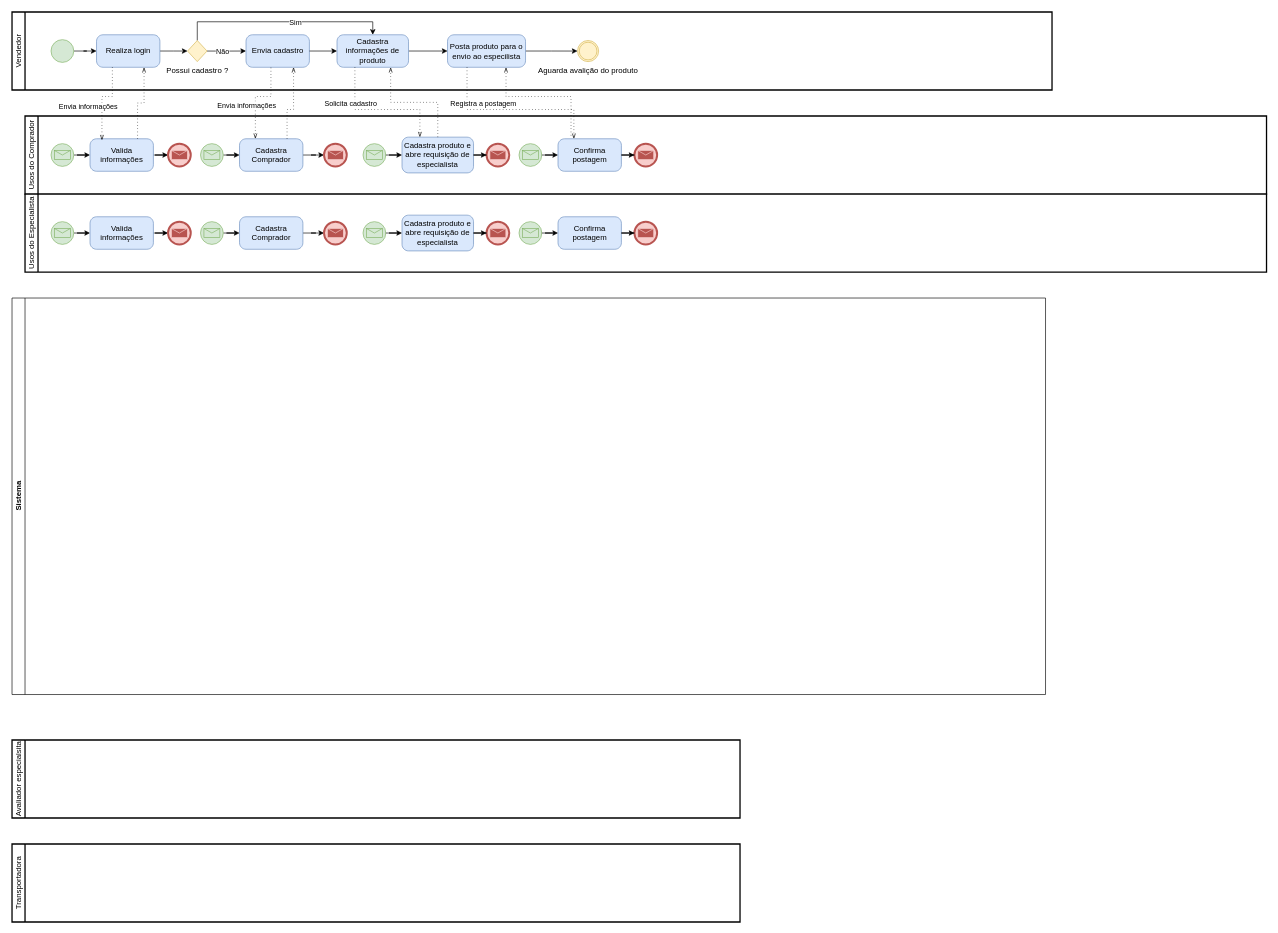
The draw.io diagram page "Modelo To Be Processo Cadastro Produto" (3 of 3) of DPN/ModelagemProcessoNegocio.drawio in luca-moraes/projetoCorintoModelagem, before the edit. Source tidied: cells renumbered, new cells numbered last; positions are measured from the earlier drawing's top-left corner, leaving out a move shared by most shapes. Both pictures are drawn from the tidied source at 65%, with x=0, y=0 at pixel (12, 12).
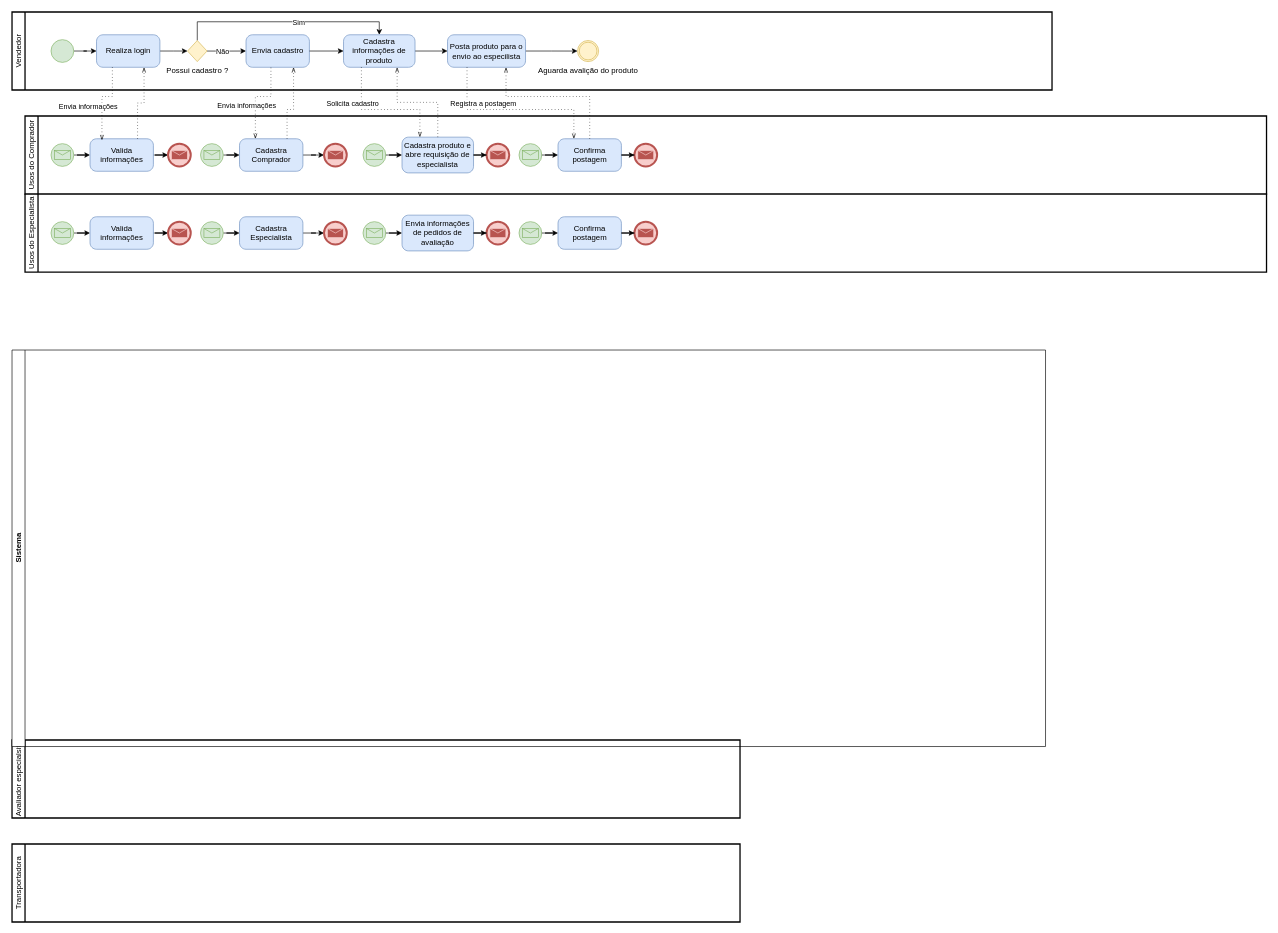
The same diagram, later.

Unchanged cells that the change refers to:
```xml
<mxCell id="19" value="Confirma postagem" style="points=[[0.25,0,0],[0.5,0,0],[0.75,0,0],[1,0.25,0],[1,0.5,0],[1,0.75,0],[0.75,1,0],[0.5,1,0],[0.25,1,0],[0,0.75,0],[0,0.5,0],[0,0.25,0]];shape=mxgraph.bpmn.task;whiteSpace=wrap;rectStyle=rounded;size=10;html=1;taskMarker=abstract;fillColor=#dae8fc;strokeColor=#6c8ebf;" parent="2" vertex="1">
  <mxGeometry x="820" y="35" width="97.5" height="50" as="geometry" />
</mxCell>
<mxCell id="27" value="Vendedor" style="swimlane;html=1;startSize=20;fontStyle=0;horizontal=0;swimlaneLine=1;swimlaneFillColor=#ffffff;strokeWidth=2;whiteSpace=wrap;" parent="1" vertex="1">
  <mxGeometry width="1600" height="120" as="geometry" />
</mxCell>
<mxCell id="36" value="Possui cadastro ?" style="points=[[0.25,0.25,0],[0.5,0,0],[0.75,0.25,0],[1,0.5,0],[0.75,0.75,0],[0.5,1,0],[0.25,0.75,0],[0,0.5,0]];shape=mxgraph.bpmn.gateway2;html=1;verticalLabelPosition=bottom;labelBackgroundColor=#ffffff;verticalAlign=top;align=center;perimeter=rhombusPerimeter;outlineConnect=0;outline=none;symbol=none;fillColor=#fff2cc;strokeColor=#d6b656;" parent="27" vertex="1">
  <mxGeometry x="270" y="43.8" width="30" height="32.5" as="geometry" />
</mxCell>
<mxCell id="42" value="Posta produto para o envio ao especilista" style="points=[[0.25,0,0],[0.5,0,0],[0.75,0,0],[1,0.25,0],[1,0.5,0],[1,0.75,0],[0.75,1,0],[0.5,1,0],[0.25,1,0],[0,0.75,0],[0,0.5,0],[0,0.25,0]];shape=mxgraph.bpmn.task;whiteSpace=wrap;rectStyle=rounded;size=10;html=1;taskMarker=abstract;fillColor=#dae8fc;strokeColor=#6c8ebf;" parent="27" vertex="1">
  <mxGeometry x="670" y="35" width="120" height="50" as="geometry" />
</mxCell>
<mxCell id="61" value="Usos do Especialista" style="swimlane;html=1;startSize=20;fontStyle=0;horizontal=0;swimlaneLine=1;swimlaneFillColor=#ffffff;strokeWidth=2;whiteSpace=wrap;" parent="1" vertex="1">
  <mxGeometry x="20" y="280" width="1910" height="120" as="geometry" />
</mxCell>
```

Change to the diagram source:
```diff
@@
     <mxCell id="34" style="edgeStyle=orthogonalEdgeStyle;rounded=0;jettySize=auto;html=1;entryX=0.5;entryY=0;entryDx=0;entryDy=0;entryPerimeter=0;" parent="27" edge="1" source="36" target="39">
       <mxGeometry relative="1" as="geometry">
         <Array as="points">
           <mxPoint x="285" y="15" />
-          <mxPoint x="555" y="15" />
+          <mxPoint x="565" y="15" />
         </Array>
       </mxGeometry>
     </mxCell>
@@
     <mxCell id="39" value="Cadastra informações de produto" style="points=[[0.25,0,0],[0.5,0,0],[0.75,0,0],[1,0.25,0],[1,0.5,0],[1,0.75,0],[0.75,1,0],[0.5,1,0],[0.25,1,0],[0,0.75,0],[0,0.5,0],[0,0.25,0]];shape=mxgraph.bpmn.task;whiteSpace=wrap;rectStyle=rounded;size=10;html=1;taskMarker=abstract;fillColor=#dae8fc;strokeColor=#6c8ebf;" parent="27" vertex="1">
-      <mxGeometry x="500" y="35" width="110" height="50" as="geometry" />
+      <mxGeometry x="510" y="35" width="110" height="50" as="geometry" />
     </mxCell>
@@
-    <mxCell id="53" style="edgeStyle=elbowEdgeStyle;fontSize=12;html=1;endFill=0;startFill=0;endSize=6;startSize=6;dashed=1;dashPattern=1 4;endArrow=openThin;startArrow=none;rounded=0;entryX=0.75;entryY=1;entryDx=0;entryDy=0;entryPerimeter=0;elbow=vertical;" parent="1" edge="1" target="42">
+    <mxCell id="53" style="edgeStyle=elbowEdgeStyle;fontSize=12;html=1;endFill=0;startFill=0;endSize=6;startSize=6;dashed=1;dashPattern=1 4;endArrow=openThin;startArrow=none;rounded=0;entryX=0.75;entryY=1;entryDx=0;entryDy=0;entryPerimeter=0;elbow=vertical;exitX=0.5;exitY=0;exitDx=0;exitDy=0;exitPerimeter=0;" parent="1" edge="1" source="19" target="42">
       <mxGeometry relative="1" as="geometry">
-        <mxPoint x="860" y="190" as="sourcePoint" />
         <Array as="points">
           <mxPoint x="820" y="130" />
           <mxPoint x="860" y="110" />
         </Array>
       </mxGeometry>
     </mxCell>
@@
     <mxCell id="60" value="Sistema" style="swimlane;horizontal=0;startSize=20;html=1;" parent="1" vertex="1">
-      <mxGeometry y="440" width="1590" height="610" as="geometry" />
+      <mxGeometry y="520" width="1590" height="610" as="geometry" />
     </mxCell>
@@
-    <mxCell id="70" value="Cadastra Comprador" style="points=[[0.25,0,0],[0.5,0,0],[0.75,0,0],[1,0.25,0],[1,0.5,0],[1,0.75,0],[0.75,1,0],[0.5,1,0],[0.25,1,0],[0,0.75,0],[0,0.5,0],[0,0.25,0]];shape=mxgraph.bpmn.task;whiteSpace=wrap;rectStyle=rounded;size=10;html=1;taskMarker=abstract;fillColor=#dae8fc;strokeColor=#6c8ebf;" parent="61" vertex="1">
+    <mxCell id="70" value="Cadastra Especialista" style="points=[[0.25,0,0],[0.5,0,0],[0.75,0,0],[1,0.25,0],[1,0.5,0],[1,0.75,0],[0.75,1,0],[0.5,1,0],[0.25,1,0],[0,0.75,0],[0,0.5,0],[0,0.25,0]];shape=mxgraph.bpmn.task;whiteSpace=wrap;rectStyle=rounded;size=10;html=1;taskMarker=abstract;fillColor=#dae8fc;strokeColor=#6c8ebf;" parent="61" vertex="1">
       <mxGeometry x="330" y="35" width="97.5" height="50" as="geometry" />
     </mxCell>
@@
-    <mxCell id="73" value="Cadastra produto e abre requisição de especialista" style="points=[[0.25,0,0],[0.5,0,0],[0.75,0,0],[1,0.25,0],[1,0.5,0],[1,0.75,0],[0.75,1,0],[0.5,1,0],[0.25,1,0],[0,0.75,0],[0,0.5,0],[0,0.25,0]];shape=mxgraph.bpmn.task;whiteSpace=wrap;rectStyle=rounded;size=10;html=1;taskMarker=abstract;fillColor=#dae8fc;strokeColor=#6c8ebf;" parent="61" vertex="1">
+    <mxCell id="73" value="Envia informações de pedidos de avaliação" style="points=[[0.25,0,0],[0.5,0,0],[0.75,0,0],[1,0.25,0],[1,0.5,0],[1,0.75,0],[0.75,1,0],[0.5,1,0],[0.25,1,0],[0,0.75,0],[0,0.5,0],[0,0.25,0]];shape=mxgraph.bpmn.task;whiteSpace=wrap;rectStyle=rounded;size=10;html=1;taskMarker=abstract;fillColor=#dae8fc;strokeColor=#6c8ebf;" parent="61" vertex="1">
       <mxGeometry x="580" y="32.5" width="110" height="55" as="geometry" />
     </mxCell>
```
